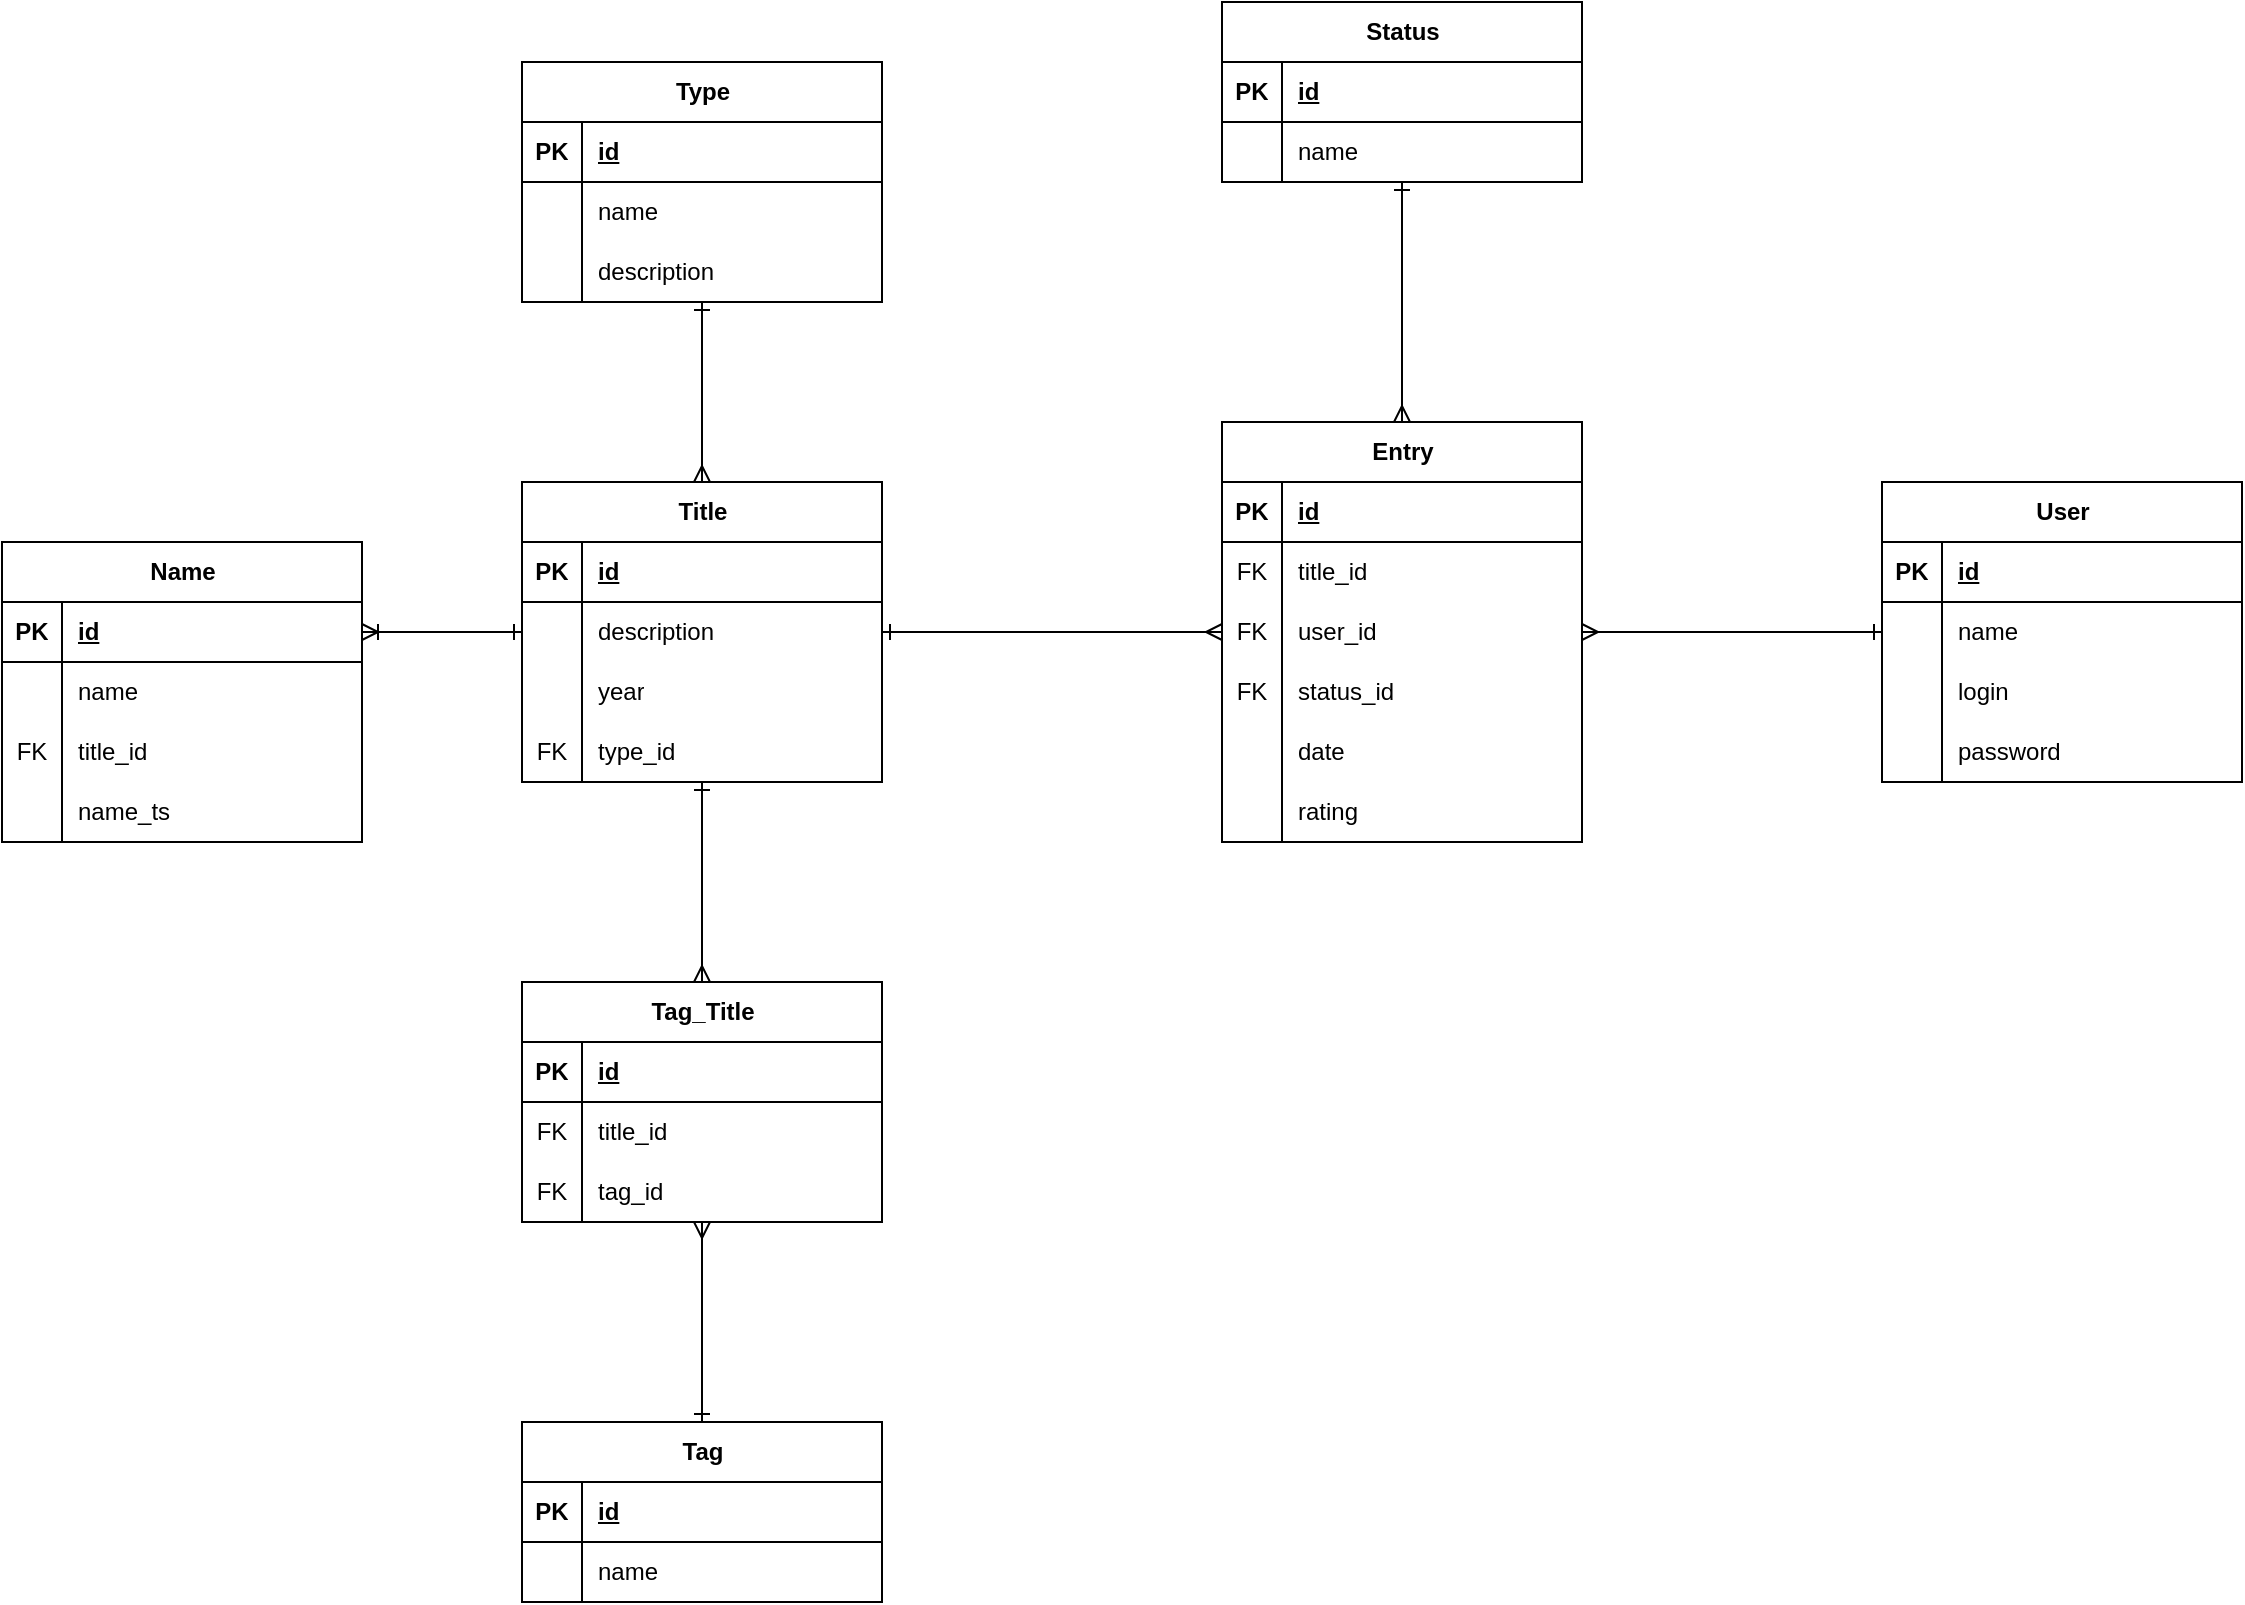
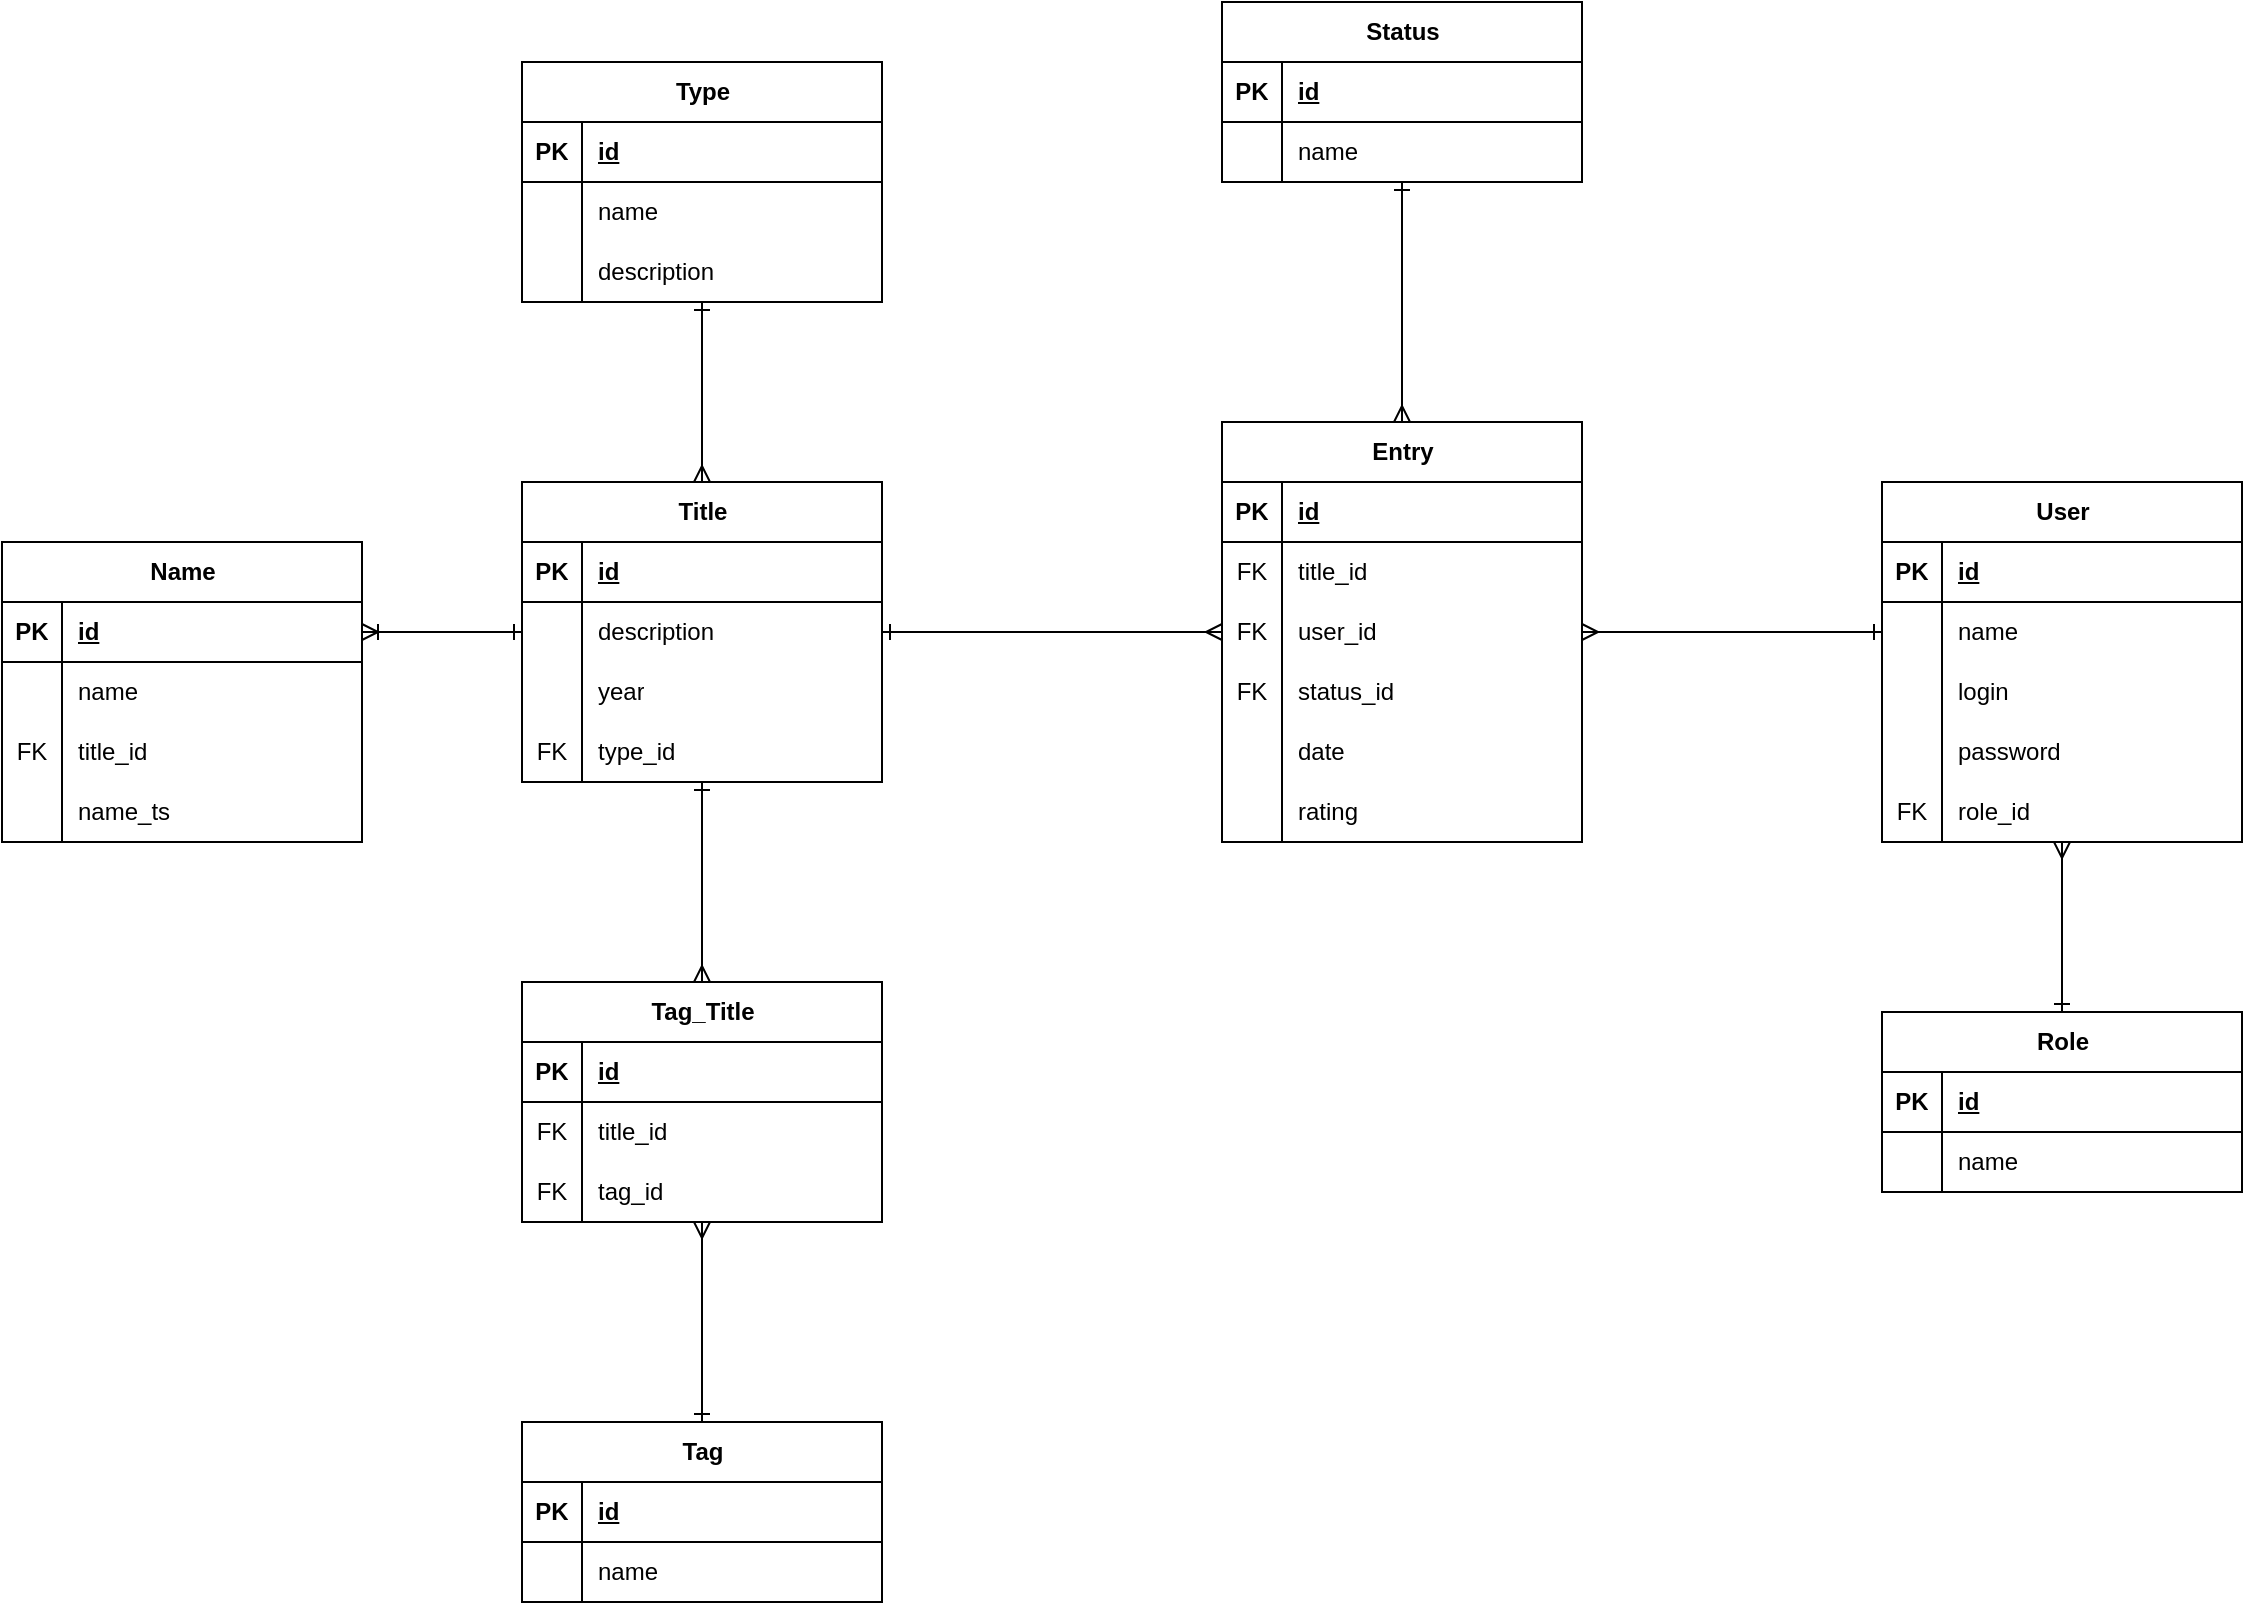
<mxfile host="Electron">
  <diagram name="Page-1" id="UIAP0Rb6fy2qAwrK1eh9">
-     <mxGraphModel dx="1664" dy="986" grid="1" gridSize="10" guides="1" tooltips="1" connect="1" arrows="1" fold="1" page="1" pageScale="1" pageWidth="1600" pageHeight="900" math="0" shadow="0">
+     <mxGraphModel dx="1414" dy="838" grid="1" gridSize="10" guides="1" tooltips="1" connect="1" arrows="1" fold="1" page="1" pageScale="1" pageWidth="1600" pageHeight="900" math="0" shadow="0">
      <root>
        <mxCell id="0" />
        <mxCell id="1" parent="0" />
        <mxCell id="jYiKfdRUw1l_-2MJucJx-72" edge="1" parent="1" source="jYiKfdRUw1l_-2MJucJx-5" style="edgeStyle=orthogonalEdgeStyle;rounded=0;orthogonalLoop=1;jettySize=auto;html=1;entryX=0;entryY=0.5;entryDx=0;entryDy=0;endArrow=ERmany;endFill=0;startArrow=ERone;startFill=0;" target="jYiKfdRUw1l_-2MJucJx-63">
          <mxGeometry relative="1" as="geometry" />
        </mxCell>
        <mxCell id="jYiKfdRUw1l_-2MJucJx-118" edge="1" parent="1" source="jYiKfdRUw1l_-2MJucJx-5" style="edgeStyle=orthogonalEdgeStyle;rounded=0;orthogonalLoop=1;jettySize=auto;html=1;entryX=0.5;entryY=0;entryDx=0;entryDy=0;startArrow=ERone;startFill=0;endArrow=ERmany;endFill=0;" target="jYiKfdRUw1l_-2MJucJx-107">
          <mxGeometry relative="1" as="geometry" />
        </mxCell>
        <mxCell id="jYiKfdRUw1l_-2MJucJx-5" parent="1" style="shape=table;startSize=30;container=1;collapsible=1;childLayout=tableLayout;fixedRows=1;rowLines=0;fontStyle=1;align=center;resizeLast=1;html=1;" value="Title" vertex="1">
          <mxGeometry height="150" width="180" x="310" y="270" as="geometry" />
        </mxCell>
        <mxCell id="jYiKfdRUw1l_-2MJucJx-6" parent="jYiKfdRUw1l_-2MJucJx-5" style="shape=tableRow;horizontal=0;startSize=0;swimlaneHead=0;swimlaneBody=0;fillColor=none;collapsible=0;dropTarget=0;points=[[0,0.5],[1,0.5]];portConstraint=eastwest;top=0;left=0;right=0;bottom=1;" value="" vertex="1">
          <mxGeometry height="30" width="180" y="30" as="geometry" />
        </mxCell>
        <mxCell id="jYiKfdRUw1l_-2MJucJx-7" parent="jYiKfdRUw1l_-2MJucJx-6" style="shape=partialRectangle;connectable=0;fillColor=none;top=0;left=0;bottom=0;right=0;fontStyle=1;overflow=hidden;whiteSpace=wrap;html=1;" value="PK" vertex="1">
          <mxGeometry height="30" width="30" as="geometry">
            <mxRectangle height="30" width="30" as="alternateBounds" />
          </mxGeometry>
        </mxCell>
        <mxCell id="jYiKfdRUw1l_-2MJucJx-8" parent="jYiKfdRUw1l_-2MJucJx-6" style="shape=partialRectangle;connectable=0;fillColor=none;top=0;left=0;bottom=0;right=0;align=left;spacingLeft=6;fontStyle=5;overflow=hidden;whiteSpace=wrap;html=1;" value="id" vertex="1">
          <mxGeometry height="30" width="150" x="30" as="geometry">
            <mxRectangle height="30" width="150" as="alternateBounds" />
          </mxGeometry>
        </mxCell>
        <mxCell id="jYiKfdRUw1l_-2MJucJx-12" parent="jYiKfdRUw1l_-2MJucJx-5" style="shape=tableRow;horizontal=0;startSize=0;swimlaneHead=0;swimlaneBody=0;fillColor=none;collapsible=0;dropTarget=0;points=[[0,0.5],[1,0.5]];portConstraint=eastwest;top=0;left=0;right=0;bottom=0;" value="" vertex="1">
          <mxGeometry height="30" width="180" y="60" as="geometry" />
        </mxCell>
        <mxCell id="jYiKfdRUw1l_-2MJucJx-13" parent="jYiKfdRUw1l_-2MJucJx-12" style="shape=partialRectangle;connectable=0;fillColor=none;top=0;left=0;bottom=0;right=0;editable=1;overflow=hidden;whiteSpace=wrap;html=1;" value="" vertex="1">
          <mxGeometry height="30" width="30" as="geometry">
            <mxRectangle height="30" width="30" as="alternateBounds" />
          </mxGeometry>
        </mxCell>
        <mxCell id="jYiKfdRUw1l_-2MJucJx-14" parent="jYiKfdRUw1l_-2MJucJx-12" style="shape=partialRectangle;connectable=0;fillColor=none;top=0;left=0;bottom=0;right=0;align=left;spacingLeft=6;overflow=hidden;whiteSpace=wrap;html=1;" value="description" vertex="1">
          <mxGeometry height="30" width="150" x="30" as="geometry">
            <mxRectangle height="30" width="150" as="alternateBounds" />
          </mxGeometry>
        </mxCell>
        <mxCell id="jYiKfdRUw1l_-2MJucJx-15" parent="jYiKfdRUw1l_-2MJucJx-5" style="shape=tableRow;horizontal=0;startSize=0;swimlaneHead=0;swimlaneBody=0;fillColor=none;collapsible=0;dropTarget=0;points=[[0,0.5],[1,0.5]];portConstraint=eastwest;top=0;left=0;right=0;bottom=0;" value="" vertex="1">
          <mxGeometry height="30" width="180" y="90" as="geometry" />
        </mxCell>
        <mxCell id="jYiKfdRUw1l_-2MJucJx-16" parent="jYiKfdRUw1l_-2MJucJx-15" style="shape=partialRectangle;connectable=0;fillColor=none;top=0;left=0;bottom=0;right=0;editable=1;overflow=hidden;whiteSpace=wrap;html=1;" value="" vertex="1">
          <mxGeometry height="30" width="30" as="geometry">
            <mxRectangle height="30" width="30" as="alternateBounds" />
          </mxGeometry>
        </mxCell>
        <mxCell id="jYiKfdRUw1l_-2MJucJx-17" parent="jYiKfdRUw1l_-2MJucJx-15" style="shape=partialRectangle;connectable=0;fillColor=none;top=0;left=0;bottom=0;right=0;align=left;spacingLeft=6;overflow=hidden;whiteSpace=wrap;html=1;" value="year" vertex="1">
          <mxGeometry height="30" width="150" x="30" as="geometry">
            <mxRectangle height="30" width="150" as="alternateBounds" />
          </mxGeometry>
        </mxCell>
        <mxCell id="jYiKfdRUw1l_-2MJucJx-37" parent="jYiKfdRUw1l_-2MJucJx-5" style="shape=tableRow;horizontal=0;startSize=0;swimlaneHead=0;swimlaneBody=0;fillColor=none;collapsible=0;dropTarget=0;points=[[0,0.5],[1,0.5]];portConstraint=eastwest;top=0;left=0;right=0;bottom=0;" vertex="1">
          <mxGeometry height="30" width="180" y="120" as="geometry" />
        </mxCell>
        <mxCell id="jYiKfdRUw1l_-2MJucJx-38" parent="jYiKfdRUw1l_-2MJucJx-37" style="shape=partialRectangle;connectable=0;fillColor=none;top=0;left=0;bottom=0;right=0;editable=1;overflow=hidden;whiteSpace=wrap;html=1;" value="FK" vertex="1">
          <mxGeometry height="30" width="30" as="geometry">
            <mxRectangle height="30" width="30" as="alternateBounds" />
          </mxGeometry>
        </mxCell>
        <mxCell id="jYiKfdRUw1l_-2MJucJx-39" parent="jYiKfdRUw1l_-2MJucJx-37" style="shape=partialRectangle;connectable=0;fillColor=none;top=0;left=0;bottom=0;right=0;align=left;spacingLeft=6;overflow=hidden;whiteSpace=wrap;html=1;" value="type_id" vertex="1">
          <mxGeometry height="30" width="150" x="30" as="geometry">
            <mxRectangle height="30" width="150" as="alternateBounds" />
          </mxGeometry>
        </mxCell>
        <mxCell id="jYiKfdRUw1l_-2MJucJx-33" edge="1" parent="1" source="jYiKfdRUw1l_-2MJucJx-18" style="edgeStyle=orthogonalEdgeStyle;rounded=0;orthogonalLoop=1;jettySize=auto;html=1;entryX=0.5;entryY=0;entryDx=0;entryDy=0;endArrow=ERmany;endFill=0;startArrow=ERone;startFill=0;" target="jYiKfdRUw1l_-2MJucJx-5">
          <mxGeometry relative="1" as="geometry" />
        </mxCell>
        <mxCell id="jYiKfdRUw1l_-2MJucJx-18" parent="1" style="shape=table;startSize=30;container=1;collapsible=1;childLayout=tableLayout;fixedRows=1;rowLines=0;fontStyle=1;align=center;resizeLast=1;html=1;" value="Type" vertex="1">
          <mxGeometry height="120" width="180" x="310" y="60" as="geometry" />
        </mxCell>
        <mxCell id="jYiKfdRUw1l_-2MJucJx-19" parent="jYiKfdRUw1l_-2MJucJx-18" style="shape=tableRow;horizontal=0;startSize=0;swimlaneHead=0;swimlaneBody=0;fillColor=none;collapsible=0;dropTarget=0;points=[[0,0.5],[1,0.5]];portConstraint=eastwest;top=0;left=0;right=0;bottom=1;" value="" vertex="1">
          <mxGeometry height="30" width="180" y="30" as="geometry" />
        </mxCell>
        <mxCell id="jYiKfdRUw1l_-2MJucJx-20" parent="jYiKfdRUw1l_-2MJucJx-19" style="shape=partialRectangle;connectable=0;fillColor=none;top=0;left=0;bottom=0;right=0;fontStyle=1;overflow=hidden;whiteSpace=wrap;html=1;" value="PK" vertex="1">
          <mxGeometry height="30" width="30" as="geometry">
            <mxRectangle height="30" width="30" as="alternateBounds" />
          </mxGeometry>
        </mxCell>
        <mxCell id="jYiKfdRUw1l_-2MJucJx-21" parent="jYiKfdRUw1l_-2MJucJx-19" style="shape=partialRectangle;connectable=0;fillColor=none;top=0;left=0;bottom=0;right=0;align=left;spacingLeft=6;fontStyle=5;overflow=hidden;whiteSpace=wrap;html=1;" value="id" vertex="1">
          <mxGeometry height="30" width="150" x="30" as="geometry">
            <mxRectangle height="30" width="150" as="alternateBounds" />
          </mxGeometry>
        </mxCell>
        <mxCell id="jYiKfdRUw1l_-2MJucJx-22" parent="jYiKfdRUw1l_-2MJucJx-18" style="shape=tableRow;horizontal=0;startSize=0;swimlaneHead=0;swimlaneBody=0;fillColor=none;collapsible=0;dropTarget=0;points=[[0,0.5],[1,0.5]];portConstraint=eastwest;top=0;left=0;right=0;bottom=0;" value="" vertex="1">
          <mxGeometry height="30" width="180" y="60" as="geometry" />
        </mxCell>
        <mxCell id="jYiKfdRUw1l_-2MJucJx-23" parent="jYiKfdRUw1l_-2MJucJx-22" style="shape=partialRectangle;connectable=0;fillColor=none;top=0;left=0;bottom=0;right=0;editable=1;overflow=hidden;whiteSpace=wrap;html=1;" value="" vertex="1">
          <mxGeometry height="30" width="30" as="geometry">
            <mxRectangle height="30" width="30" as="alternateBounds" />
          </mxGeometry>
        </mxCell>
        <mxCell id="jYiKfdRUw1l_-2MJucJx-24" parent="jYiKfdRUw1l_-2MJucJx-22" style="shape=partialRectangle;connectable=0;fillColor=none;top=0;left=0;bottom=0;right=0;align=left;spacingLeft=6;overflow=hidden;whiteSpace=wrap;html=1;" value="name" vertex="1">
          <mxGeometry height="30" width="150" x="30" as="geometry">
            <mxRectangle height="30" width="150" as="alternateBounds" />
          </mxGeometry>
        </mxCell>
        <mxCell id="jYiKfdRUw1l_-2MJucJx-25" parent="jYiKfdRUw1l_-2MJucJx-18" style="shape=tableRow;horizontal=0;startSize=0;swimlaneHead=0;swimlaneBody=0;fillColor=none;collapsible=0;dropTarget=0;points=[[0,0.5],[1,0.5]];portConstraint=eastwest;top=0;left=0;right=0;bottom=0;" value="" vertex="1">
          <mxGeometry height="30" width="180" y="90" as="geometry" />
        </mxCell>
        <mxCell id="jYiKfdRUw1l_-2MJucJx-26" parent="jYiKfdRUw1l_-2MJucJx-25" style="shape=partialRectangle;connectable=0;fillColor=none;top=0;left=0;bottom=0;right=0;editable=1;overflow=hidden;whiteSpace=wrap;html=1;" value="" vertex="1">
          <mxGeometry height="30" width="30" as="geometry">
            <mxRectangle height="30" width="30" as="alternateBounds" />
          </mxGeometry>
        </mxCell>
        <mxCell id="jYiKfdRUw1l_-2MJucJx-27" parent="jYiKfdRUw1l_-2MJucJx-25" style="shape=partialRectangle;connectable=0;fillColor=none;top=0;left=0;bottom=0;right=0;align=left;spacingLeft=6;overflow=hidden;whiteSpace=wrap;html=1;" value="description" vertex="1">
          <mxGeometry height="30" width="150" x="30" as="geometry">
            <mxRectangle height="30" width="150" as="alternateBounds" />
          </mxGeometry>
        </mxCell>
+         <mxCell id="pxImVDXbmFYDptOXFXZM-14" edge="1" parent="1" source="jYiKfdRUw1l_-2MJucJx-40" style="edgeStyle=orthogonalEdgeStyle;rounded=0;orthogonalLoop=1;jettySize=auto;html=1;entryX=0.5;entryY=0;entryDx=0;entryDy=0;endArrow=ERone;endFill=0;startArrow=ERmany;startFill=0;" target="pxImVDXbmFYDptOXFXZM-1">
+           <mxGeometry relative="1" as="geometry" />
+         </mxCell>
        <mxCell id="jYiKfdRUw1l_-2MJucJx-40" parent="1" style="shape=table;startSize=30;container=1;collapsible=1;childLayout=tableLayout;fixedRows=1;rowLines=0;fontStyle=1;align=center;resizeLast=1;html=1;" value="User" vertex="1">
-           <mxGeometry height="150" width="180" x="990" y="270" as="geometry" />
+           <mxGeometry height="180" width="180" x="990" y="270" as="geometry" />
        </mxCell>
        <mxCell id="jYiKfdRUw1l_-2MJucJx-41" parent="jYiKfdRUw1l_-2MJucJx-40" style="shape=tableRow;horizontal=0;startSize=0;swimlaneHead=0;swimlaneBody=0;fillColor=none;collapsible=0;dropTarget=0;points=[[0,0.5],[1,0.5]];portConstraint=eastwest;top=0;left=0;right=0;bottom=1;" value="" vertex="1">
          <mxGeometry height="30" width="180" y="30" as="geometry" />
        </mxCell>
        <mxCell id="jYiKfdRUw1l_-2MJucJx-42" parent="jYiKfdRUw1l_-2MJucJx-41" style="shape=partialRectangle;connectable=0;fillColor=none;top=0;left=0;bottom=0;right=0;fontStyle=1;overflow=hidden;whiteSpace=wrap;html=1;" value="PK" vertex="1">
          <mxGeometry height="30" width="30" as="geometry">
            <mxRectangle height="30" width="30" as="alternateBounds" />
          </mxGeometry>
        </mxCell>
        <mxCell id="jYiKfdRUw1l_-2MJucJx-43" parent="jYiKfdRUw1l_-2MJucJx-41" style="shape=partialRectangle;connectable=0;fillColor=none;top=0;left=0;bottom=0;right=0;align=left;spacingLeft=6;fontStyle=5;overflow=hidden;whiteSpace=wrap;html=1;" value="id" vertex="1">
          <mxGeometry height="30" width="150" x="30" as="geometry">
            <mxRectangle height="30" width="150" as="alternateBounds" />
          </mxGeometry>
        </mxCell>
        <mxCell id="jYiKfdRUw1l_-2MJucJx-44" parent="jYiKfdRUw1l_-2MJucJx-40" style="shape=tableRow;horizontal=0;startSize=0;swimlaneHead=0;swimlaneBody=0;fillColor=none;collapsible=0;dropTarget=0;points=[[0,0.5],[1,0.5]];portConstraint=eastwest;top=0;left=0;right=0;bottom=0;" value="" vertex="1">
          <mxGeometry height="30" width="180" y="60" as="geometry" />
        </mxCell>
        <mxCell id="jYiKfdRUw1l_-2MJucJx-45" parent="jYiKfdRUw1l_-2MJucJx-44" style="shape=partialRectangle;connectable=0;fillColor=none;top=0;left=0;bottom=0;right=0;editable=1;overflow=hidden;whiteSpace=wrap;html=1;" value="" vertex="1">
          <mxGeometry height="30" width="30" as="geometry">
            <mxRectangle height="30" width="30" as="alternateBounds" />
          </mxGeometry>
        </mxCell>
        <mxCell id="jYiKfdRUw1l_-2MJucJx-46" parent="jYiKfdRUw1l_-2MJucJx-44" style="shape=partialRectangle;connectable=0;fillColor=none;top=0;left=0;bottom=0;right=0;align=left;spacingLeft=6;overflow=hidden;whiteSpace=wrap;html=1;" value="name" vertex="1">
          <mxGeometry height="30" width="150" x="30" as="geometry">
            <mxRectangle height="30" width="150" as="alternateBounds" />
          </mxGeometry>
        </mxCell>
        <mxCell id="jYiKfdRUw1l_-2MJucJx-90" parent="jYiKfdRUw1l_-2MJucJx-40" style="shape=tableRow;horizontal=0;startSize=0;swimlaneHead=0;swimlaneBody=0;fillColor=none;collapsible=0;dropTarget=0;points=[[0,0.5],[1,0.5]];portConstraint=eastwest;top=0;left=0;right=0;bottom=0;" vertex="1">
          <mxGeometry height="30" width="180" y="90" as="geometry" />
        </mxCell>
        <mxCell id="jYiKfdRUw1l_-2MJucJx-91" parent="jYiKfdRUw1l_-2MJucJx-90" style="shape=partialRectangle;connectable=0;fillColor=none;top=0;left=0;bottom=0;right=0;editable=1;overflow=hidden;whiteSpace=wrap;html=1;" vertex="1">
          <mxGeometry height="30" width="30" as="geometry">
            <mxRectangle height="30" width="30" as="alternateBounds" />
          </mxGeometry>
        </mxCell>
        <mxCell id="jYiKfdRUw1l_-2MJucJx-92" parent="jYiKfdRUw1l_-2MJucJx-90" style="shape=partialRectangle;connectable=0;fillColor=none;top=0;left=0;bottom=0;right=0;align=left;spacingLeft=6;overflow=hidden;whiteSpace=wrap;html=1;" value="login" vertex="1">
          <mxGeometry height="30" width="150" x="30" as="geometry">
            <mxRectangle height="30" width="150" as="alternateBounds" />
          </mxGeometry>
        </mxCell>
        <mxCell id="jYiKfdRUw1l_-2MJucJx-47" parent="jYiKfdRUw1l_-2MJucJx-40" style="shape=tableRow;horizontal=0;startSize=0;swimlaneHead=0;swimlaneBody=0;fillColor=none;collapsible=0;dropTarget=0;points=[[0,0.5],[1,0.5]];portConstraint=eastwest;top=0;left=0;right=0;bottom=0;" value="" vertex="1">
          <mxGeometry height="30" width="180" y="120" as="geometry" />
        </mxCell>
        <mxCell id="jYiKfdRUw1l_-2MJucJx-48" parent="jYiKfdRUw1l_-2MJucJx-47" style="shape=partialRectangle;connectable=0;fillColor=none;top=0;left=0;bottom=0;right=0;editable=1;overflow=hidden;whiteSpace=wrap;html=1;" value="" vertex="1">
          <mxGeometry height="30" width="30" as="geometry">
            <mxRectangle height="30" width="30" as="alternateBounds" />
          </mxGeometry>
        </mxCell>
        <mxCell id="jYiKfdRUw1l_-2MJucJx-49" parent="jYiKfdRUw1l_-2MJucJx-47" style="shape=partialRectangle;connectable=0;fillColor=none;top=0;left=0;bottom=0;right=0;align=left;spacingLeft=6;overflow=hidden;whiteSpace=wrap;html=1;" value="password" vertex="1">
+           <mxGeometry height="30" width="150" x="30" as="geometry">
+             <mxRectangle height="30" width="150" as="alternateBounds" />
+           </mxGeometry>
+         </mxCell>
+         <mxCell id="pxImVDXbmFYDptOXFXZM-15" parent="jYiKfdRUw1l_-2MJucJx-40" style="shape=tableRow;horizontal=0;startSize=0;swimlaneHead=0;swimlaneBody=0;fillColor=none;collapsible=0;dropTarget=0;points=[[0,0.5],[1,0.5]];portConstraint=eastwest;top=0;left=0;right=0;bottom=0;" vertex="1">
+           <mxGeometry height="30" width="180" y="150" as="geometry" />
+         </mxCell>
+         <mxCell id="pxImVDXbmFYDptOXFXZM-16" parent="pxImVDXbmFYDptOXFXZM-15" style="shape=partialRectangle;connectable=0;fillColor=none;top=0;left=0;bottom=0;right=0;editable=1;overflow=hidden;whiteSpace=wrap;html=1;" value="FK" vertex="1">
+           <mxGeometry height="30" width="30" as="geometry">
+             <mxRectangle height="30" width="30" as="alternateBounds" />
+           </mxGeometry>
+         </mxCell>
+         <mxCell id="pxImVDXbmFYDptOXFXZM-17" parent="pxImVDXbmFYDptOXFXZM-15" style="shape=partialRectangle;connectable=0;fillColor=none;top=0;left=0;bottom=0;right=0;align=left;spacingLeft=6;overflow=hidden;whiteSpace=wrap;html=1;" value="role_id" vertex="1">
          <mxGeometry height="30" width="150" x="30" as="geometry">
            <mxRectangle height="30" width="150" as="alternateBounds" />
          </mxGeometry>
        </mxCell>
        <mxCell id="jYiKfdRUw1l_-2MJucJx-56" parent="1" style="shape=table;startSize=30;container=1;collapsible=1;childLayout=tableLayout;fixedRows=1;rowLines=0;fontStyle=1;align=center;resizeLast=1;html=1;" value="Entry" vertex="1">
          <mxGeometry height="210" width="180" x="660" y="240" as="geometry" />
        </mxCell>
        <mxCell id="jYiKfdRUw1l_-2MJucJx-57" parent="jYiKfdRUw1l_-2MJucJx-56" style="shape=tableRow;horizontal=0;startSize=0;swimlaneHead=0;swimlaneBody=0;fillColor=none;collapsible=0;dropTarget=0;points=[[0,0.5],[1,0.5]];portConstraint=eastwest;top=0;left=0;right=0;bottom=1;" value="" vertex="1">
          <mxGeometry height="30" width="180" y="30" as="geometry" />
        </mxCell>
        <mxCell id="jYiKfdRUw1l_-2MJucJx-58" parent="jYiKfdRUw1l_-2MJucJx-57" style="shape=partialRectangle;connectable=0;fillColor=none;top=0;left=0;bottom=0;right=0;fontStyle=1;overflow=hidden;whiteSpace=wrap;html=1;" value="PK" vertex="1">
          <mxGeometry height="30" width="30" as="geometry">
            <mxRectangle height="30" width="30" as="alternateBounds" />
          </mxGeometry>
        </mxCell>
        <mxCell id="jYiKfdRUw1l_-2MJucJx-59" parent="jYiKfdRUw1l_-2MJucJx-57" style="shape=partialRectangle;connectable=0;fillColor=none;top=0;left=0;bottom=0;right=0;align=left;spacingLeft=6;fontStyle=5;overflow=hidden;whiteSpace=wrap;html=1;" value="id" vertex="1">
          <mxGeometry height="30" width="150" x="30" as="geometry">
            <mxRectangle height="30" width="150" as="alternateBounds" />
          </mxGeometry>
        </mxCell>
        <mxCell id="jYiKfdRUw1l_-2MJucJx-60" parent="jYiKfdRUw1l_-2MJucJx-56" style="shape=tableRow;horizontal=0;startSize=0;swimlaneHead=0;swimlaneBody=0;fillColor=none;collapsible=0;dropTarget=0;points=[[0,0.5],[1,0.5]];portConstraint=eastwest;top=0;left=0;right=0;bottom=0;" value="" vertex="1">
          <mxGeometry height="30" width="180" y="60" as="geometry" />
        </mxCell>
        <mxCell id="jYiKfdRUw1l_-2MJucJx-61" parent="jYiKfdRUw1l_-2MJucJx-60" style="shape=partialRectangle;connectable=0;fillColor=none;top=0;left=0;bottom=0;right=0;editable=1;overflow=hidden;whiteSpace=wrap;html=1;" value="FK" vertex="1">
          <mxGeometry height="30" width="30" as="geometry">
            <mxRectangle height="30" width="30" as="alternateBounds" />
          </mxGeometry>
        </mxCell>
        <mxCell id="jYiKfdRUw1l_-2MJucJx-62" parent="jYiKfdRUw1l_-2MJucJx-60" style="shape=partialRectangle;connectable=0;fillColor=none;top=0;left=0;bottom=0;right=0;align=left;spacingLeft=6;overflow=hidden;whiteSpace=wrap;html=1;" value="title_i&lt;span style=&quot;background-color: transparent; color: light-dark(rgb(0, 0, 0), rgb(255, 255, 255));&quot;&gt;d&lt;/span&gt;" vertex="1">
          <mxGeometry height="30" width="150" x="30" as="geometry">
            <mxRectangle height="30" width="150" as="alternateBounds" />
          </mxGeometry>
        </mxCell>
        <mxCell id="jYiKfdRUw1l_-2MJucJx-63" parent="jYiKfdRUw1l_-2MJucJx-56" style="shape=tableRow;horizontal=0;startSize=0;swimlaneHead=0;swimlaneBody=0;fillColor=none;collapsible=0;dropTarget=0;points=[[0,0.5],[1,0.5]];portConstraint=eastwest;top=0;left=0;right=0;bottom=0;" value="" vertex="1">
          <mxGeometry height="30" width="180" y="90" as="geometry" />
        </mxCell>
        <mxCell id="jYiKfdRUw1l_-2MJucJx-64" parent="jYiKfdRUw1l_-2MJucJx-63" style="shape=partialRectangle;connectable=0;fillColor=none;top=0;left=0;bottom=0;right=0;editable=1;overflow=hidden;whiteSpace=wrap;html=1;" value="FK" vertex="1">
          <mxGeometry height="30" width="30" as="geometry">
            <mxRectangle height="30" width="30" as="alternateBounds" />
          </mxGeometry>
        </mxCell>
        <mxCell id="jYiKfdRUw1l_-2MJucJx-65" parent="jYiKfdRUw1l_-2MJucJx-63" style="shape=partialRectangle;connectable=0;fillColor=none;top=0;left=0;bottom=0;right=0;align=left;spacingLeft=6;overflow=hidden;whiteSpace=wrap;html=1;" value="user_id" vertex="1">
          <mxGeometry height="30" width="150" x="30" as="geometry">
            <mxRectangle height="30" width="150" as="alternateBounds" />
          </mxGeometry>
        </mxCell>
        <mxCell id="jYiKfdRUw1l_-2MJucJx-66" parent="jYiKfdRUw1l_-2MJucJx-56" style="shape=tableRow;horizontal=0;startSize=0;swimlaneHead=0;swimlaneBody=0;fillColor=none;collapsible=0;dropTarget=0;points=[[0,0.5],[1,0.5]];portConstraint=eastwest;top=0;left=0;right=0;bottom=0;" value="" vertex="1">
          <mxGeometry height="30" width="180" y="120" as="geometry" />
        </mxCell>
        <mxCell id="jYiKfdRUw1l_-2MJucJx-67" parent="jYiKfdRUw1l_-2MJucJx-66" style="shape=partialRectangle;connectable=0;fillColor=none;top=0;left=0;bottom=0;right=0;editable=1;overflow=hidden;whiteSpace=wrap;html=1;" value="FK" vertex="1">
          <mxGeometry height="30" width="30" as="geometry">
            <mxRectangle height="30" width="30" as="alternateBounds" />
          </mxGeometry>
        </mxCell>
        <mxCell id="jYiKfdRUw1l_-2MJucJx-68" parent="jYiKfdRUw1l_-2MJucJx-66" style="shape=partialRectangle;connectable=0;fillColor=none;top=0;left=0;bottom=0;right=0;align=left;spacingLeft=6;overflow=hidden;whiteSpace=wrap;html=1;" value="status_id" vertex="1">
          <mxGeometry height="30" width="150" x="30" as="geometry">
            <mxRectangle height="30" width="150" as="alternateBounds" />
          </mxGeometry>
        </mxCell>
        <mxCell id="jYiKfdRUw1l_-2MJucJx-69" parent="jYiKfdRUw1l_-2MJucJx-56" style="shape=tableRow;horizontal=0;startSize=0;swimlaneHead=0;swimlaneBody=0;fillColor=none;collapsible=0;dropTarget=0;points=[[0,0.5],[1,0.5]];portConstraint=eastwest;top=0;left=0;right=0;bottom=0;" vertex="1">
          <mxGeometry height="30" width="180" y="150" as="geometry" />
        </mxCell>
        <mxCell id="jYiKfdRUw1l_-2MJucJx-70" parent="jYiKfdRUw1l_-2MJucJx-69" style="shape=partialRectangle;connectable=0;fillColor=none;top=0;left=0;bottom=0;right=0;editable=1;overflow=hidden;whiteSpace=wrap;html=1;" value="" vertex="1">
          <mxGeometry height="30" width="30" as="geometry">
            <mxRectangle height="30" width="30" as="alternateBounds" />
          </mxGeometry>
        </mxCell>
        <mxCell id="jYiKfdRUw1l_-2MJucJx-71" parent="jYiKfdRUw1l_-2MJucJx-69" style="shape=partialRectangle;connectable=0;fillColor=none;top=0;left=0;bottom=0;right=0;align=left;spacingLeft=6;overflow=hidden;whiteSpace=wrap;html=1;" value="date" vertex="1">
          <mxGeometry height="30" width="150" x="30" as="geometry">
            <mxRectangle height="30" width="150" as="alternateBounds" />
          </mxGeometry>
        </mxCell>
        <mxCell id="jYiKfdRUw1l_-2MJucJx-87" parent="jYiKfdRUw1l_-2MJucJx-56" style="shape=tableRow;horizontal=0;startSize=0;swimlaneHead=0;swimlaneBody=0;fillColor=none;collapsible=0;dropTarget=0;points=[[0,0.5],[1,0.5]];portConstraint=eastwest;top=0;left=0;right=0;bottom=0;" vertex="1">
          <mxGeometry height="30" width="180" y="180" as="geometry" />
        </mxCell>
        <mxCell id="jYiKfdRUw1l_-2MJucJx-88" parent="jYiKfdRUw1l_-2MJucJx-87" style="shape=partialRectangle;connectable=0;fillColor=none;top=0;left=0;bottom=0;right=0;editable=1;overflow=hidden;whiteSpace=wrap;html=1;" vertex="1">
          <mxGeometry height="30" width="30" as="geometry">
            <mxRectangle height="30" width="30" as="alternateBounds" />
          </mxGeometry>
        </mxCell>
        <mxCell id="jYiKfdRUw1l_-2MJucJx-89" parent="jYiKfdRUw1l_-2MJucJx-87" style="shape=partialRectangle;connectable=0;fillColor=none;top=0;left=0;bottom=0;right=0;align=left;spacingLeft=6;overflow=hidden;whiteSpace=wrap;html=1;" value="rating" vertex="1">
          <mxGeometry height="30" width="150" x="30" as="geometry">
            <mxRectangle height="30" width="150" as="alternateBounds" />
          </mxGeometry>
        </mxCell>
        <mxCell id="jYiKfdRUw1l_-2MJucJx-73" edge="1" parent="1" source="jYiKfdRUw1l_-2MJucJx-44" style="edgeStyle=orthogonalEdgeStyle;rounded=0;orthogonalLoop=1;jettySize=auto;html=1;entryX=1;entryY=0.5;entryDx=0;entryDy=0;endArrow=ERmany;endFill=0;startArrow=ERone;startFill=0;exitX=0;exitY=0.5;exitDx=0;exitDy=0;" target="jYiKfdRUw1l_-2MJucJx-63">
          <mxGeometry relative="1" as="geometry">
            <mxPoint x="950" y="460" as="sourcePoint" />
          </mxGeometry>
        </mxCell>
        <mxCell id="jYiKfdRUw1l_-2MJucJx-86" edge="1" parent="1" source="jYiKfdRUw1l_-2MJucJx-74" style="edgeStyle=orthogonalEdgeStyle;rounded=0;orthogonalLoop=1;jettySize=auto;html=1;entryX=0.5;entryY=0;entryDx=0;entryDy=0;startArrow=ERone;startFill=0;endArrow=ERmany;endFill=0;" target="jYiKfdRUw1l_-2MJucJx-56">
          <mxGeometry relative="1" as="geometry" />
        </mxCell>
        <mxCell id="jYiKfdRUw1l_-2MJucJx-74" parent="1" style="shape=table;startSize=30;container=1;collapsible=1;childLayout=tableLayout;fixedRows=1;rowLines=0;fontStyle=1;align=center;resizeLast=1;html=1;" value="Status" vertex="1">
          <mxGeometry height="90" width="180" x="660" y="30" as="geometry" />
        </mxCell>
        <mxCell id="jYiKfdRUw1l_-2MJucJx-75" parent="jYiKfdRUw1l_-2MJucJx-74" style="shape=tableRow;horizontal=0;startSize=0;swimlaneHead=0;swimlaneBody=0;fillColor=none;collapsible=0;dropTarget=0;points=[[0,0.5],[1,0.5]];portConstraint=eastwest;top=0;left=0;right=0;bottom=1;" value="" vertex="1">
          <mxGeometry height="30" width="180" y="30" as="geometry" />
        </mxCell>
        <mxCell id="jYiKfdRUw1l_-2MJucJx-76" parent="jYiKfdRUw1l_-2MJucJx-75" style="shape=partialRectangle;connectable=0;fillColor=none;top=0;left=0;bottom=0;right=0;fontStyle=1;overflow=hidden;whiteSpace=wrap;html=1;" value="PK" vertex="1">
          <mxGeometry height="30" width="30" as="geometry">
            <mxRectangle height="30" width="30" as="alternateBounds" />
          </mxGeometry>
        </mxCell>
        <mxCell id="jYiKfdRUw1l_-2MJucJx-77" parent="jYiKfdRUw1l_-2MJucJx-75" style="shape=partialRectangle;connectable=0;fillColor=none;top=0;left=0;bottom=0;right=0;align=left;spacingLeft=6;fontStyle=5;overflow=hidden;whiteSpace=wrap;html=1;" value="id" vertex="1">
          <mxGeometry height="30" width="150" x="30" as="geometry">
            <mxRectangle height="30" width="150" as="alternateBounds" />
          </mxGeometry>
        </mxCell>
        <mxCell id="jYiKfdRUw1l_-2MJucJx-78" parent="jYiKfdRUw1l_-2MJucJx-74" style="shape=tableRow;horizontal=0;startSize=0;swimlaneHead=0;swimlaneBody=0;fillColor=none;collapsible=0;dropTarget=0;points=[[0,0.5],[1,0.5]];portConstraint=eastwest;top=0;left=0;right=0;bottom=0;" value="" vertex="1">
          <mxGeometry height="30" width="180" y="60" as="geometry" />
        </mxCell>
        <mxCell id="jYiKfdRUw1l_-2MJucJx-79" parent="jYiKfdRUw1l_-2MJucJx-78" style="shape=partialRectangle;connectable=0;fillColor=none;top=0;left=0;bottom=0;right=0;editable=1;overflow=hidden;whiteSpace=wrap;html=1;" value="" vertex="1">
          <mxGeometry height="30" width="30" as="geometry">
            <mxRectangle height="30" width="30" as="alternateBounds" />
          </mxGeometry>
        </mxCell>
        <mxCell id="jYiKfdRUw1l_-2MJucJx-80" parent="jYiKfdRUw1l_-2MJucJx-78" style="shape=partialRectangle;connectable=0;fillColor=none;top=0;left=0;bottom=0;right=0;align=left;spacingLeft=6;overflow=hidden;whiteSpace=wrap;html=1;" value="name" vertex="1">
          <mxGeometry height="30" width="150" x="30" as="geometry">
            <mxRectangle height="30" width="150" as="alternateBounds" />
          </mxGeometry>
        </mxCell>
        <mxCell id="jYiKfdRUw1l_-2MJucJx-93" parent="1" style="shape=table;startSize=30;container=1;collapsible=1;childLayout=tableLayout;fixedRows=1;rowLines=0;fontStyle=1;align=center;resizeLast=1;html=1;" value="Tag" vertex="1">
          <mxGeometry height="90" width="180" x="310" y="740" as="geometry" />
        </mxCell>
        <mxCell id="jYiKfdRUw1l_-2MJucJx-94" parent="jYiKfdRUw1l_-2MJucJx-93" style="shape=tableRow;horizontal=0;startSize=0;swimlaneHead=0;swimlaneBody=0;fillColor=none;collapsible=0;dropTarget=0;points=[[0,0.5],[1,0.5]];portConstraint=eastwest;top=0;left=0;right=0;bottom=1;" value="" vertex="1">
          <mxGeometry height="30" width="180" y="30" as="geometry" />
        </mxCell>
        <mxCell id="jYiKfdRUw1l_-2MJucJx-95" parent="jYiKfdRUw1l_-2MJucJx-94" style="shape=partialRectangle;connectable=0;fillColor=none;top=0;left=0;bottom=0;right=0;fontStyle=1;overflow=hidden;whiteSpace=wrap;html=1;" value="PK" vertex="1">
          <mxGeometry height="30" width="30" as="geometry">
            <mxRectangle height="30" width="30" as="alternateBounds" />
          </mxGeometry>
        </mxCell>
        <mxCell id="jYiKfdRUw1l_-2MJucJx-96" parent="jYiKfdRUw1l_-2MJucJx-94" style="shape=partialRectangle;connectable=0;fillColor=none;top=0;left=0;bottom=0;right=0;align=left;spacingLeft=6;fontStyle=5;overflow=hidden;whiteSpace=wrap;html=1;" value="id" vertex="1">
          <mxGeometry height="30" width="150" x="30" as="geometry">
            <mxRectangle height="30" width="150" as="alternateBounds" />
          </mxGeometry>
        </mxCell>
        <mxCell id="jYiKfdRUw1l_-2MJucJx-97" parent="jYiKfdRUw1l_-2MJucJx-93" style="shape=tableRow;horizontal=0;startSize=0;swimlaneHead=0;swimlaneBody=0;fillColor=none;collapsible=0;dropTarget=0;points=[[0,0.5],[1,0.5]];portConstraint=eastwest;top=0;left=0;right=0;bottom=0;" value="" vertex="1">
          <mxGeometry height="30" width="180" y="60" as="geometry" />
        </mxCell>
        <mxCell id="jYiKfdRUw1l_-2MJucJx-98" parent="jYiKfdRUw1l_-2MJucJx-97" style="shape=partialRectangle;connectable=0;fillColor=none;top=0;left=0;bottom=0;right=0;editable=1;overflow=hidden;whiteSpace=wrap;html=1;" value="" vertex="1">
          <mxGeometry height="30" width="30" as="geometry">
            <mxRectangle height="30" width="30" as="alternateBounds" />
          </mxGeometry>
        </mxCell>
        <mxCell id="jYiKfdRUw1l_-2MJucJx-99" parent="jYiKfdRUw1l_-2MJucJx-97" style="shape=partialRectangle;connectable=0;fillColor=none;top=0;left=0;bottom=0;right=0;align=left;spacingLeft=6;overflow=hidden;whiteSpace=wrap;html=1;" value="name" vertex="1">
          <mxGeometry height="30" width="150" x="30" as="geometry">
            <mxRectangle height="30" width="150" as="alternateBounds" />
          </mxGeometry>
        </mxCell>
        <mxCell id="jYiKfdRUw1l_-2MJucJx-120" edge="1" parent="1" source="jYiKfdRUw1l_-2MJucJx-107" style="edgeStyle=orthogonalEdgeStyle;rounded=0;orthogonalLoop=1;jettySize=auto;html=1;entryX=0.5;entryY=0;entryDx=0;entryDy=0;endArrow=ERone;endFill=0;startArrow=ERmany;startFill=0;" target="jYiKfdRUw1l_-2MJucJx-93">
          <mxGeometry relative="1" as="geometry" />
        </mxCell>
        <mxCell id="jYiKfdRUw1l_-2MJucJx-107" parent="1" style="shape=table;startSize=30;container=1;collapsible=1;childLayout=tableLayout;fixedRows=1;rowLines=0;fontStyle=1;align=center;resizeLast=1;html=1;" value="Tag_Title" vertex="1">
          <mxGeometry height="120" width="180" x="310" y="520" as="geometry" />
        </mxCell>
        <mxCell id="jYiKfdRUw1l_-2MJucJx-108" parent="jYiKfdRUw1l_-2MJucJx-107" style="shape=tableRow;horizontal=0;startSize=0;swimlaneHead=0;swimlaneBody=0;fillColor=none;collapsible=0;dropTarget=0;points=[[0,0.5],[1,0.5]];portConstraint=eastwest;top=0;left=0;right=0;bottom=1;" value="" vertex="1">
          <mxGeometry height="30" width="180" y="30" as="geometry" />
        </mxCell>
        <mxCell id="jYiKfdRUw1l_-2MJucJx-109" parent="jYiKfdRUw1l_-2MJucJx-108" style="shape=partialRectangle;connectable=0;fillColor=none;top=0;left=0;bottom=0;right=0;fontStyle=1;overflow=hidden;whiteSpace=wrap;html=1;" value="PK" vertex="1">
          <mxGeometry height="30" width="30" as="geometry">
            <mxRectangle height="30" width="30" as="alternateBounds" />
          </mxGeometry>
        </mxCell>
        <mxCell id="jYiKfdRUw1l_-2MJucJx-110" parent="jYiKfdRUw1l_-2MJucJx-108" style="shape=partialRectangle;connectable=0;fillColor=none;top=0;left=0;bottom=0;right=0;align=left;spacingLeft=6;fontStyle=5;overflow=hidden;whiteSpace=wrap;html=1;" value="id" vertex="1">
          <mxGeometry height="30" width="150" x="30" as="geometry">
            <mxRectangle height="30" width="150" as="alternateBounds" />
          </mxGeometry>
        </mxCell>
        <mxCell id="jYiKfdRUw1l_-2MJucJx-111" parent="jYiKfdRUw1l_-2MJucJx-107" style="shape=tableRow;horizontal=0;startSize=0;swimlaneHead=0;swimlaneBody=0;fillColor=none;collapsible=0;dropTarget=0;points=[[0,0.5],[1,0.5]];portConstraint=eastwest;top=0;left=0;right=0;bottom=0;" value="" vertex="1">
          <mxGeometry height="30" width="180" y="60" as="geometry" />
        </mxCell>
        <mxCell id="jYiKfdRUw1l_-2MJucJx-112" parent="jYiKfdRUw1l_-2MJucJx-111" style="shape=partialRectangle;connectable=0;fillColor=none;top=0;left=0;bottom=0;right=0;editable=1;overflow=hidden;whiteSpace=wrap;html=1;" value="FK" vertex="1">
          <mxGeometry height="30" width="30" as="geometry">
            <mxRectangle height="30" width="30" as="alternateBounds" />
          </mxGeometry>
        </mxCell>
        <mxCell id="jYiKfdRUw1l_-2MJucJx-113" parent="jYiKfdRUw1l_-2MJucJx-111" style="shape=partialRectangle;connectable=0;fillColor=none;top=0;left=0;bottom=0;right=0;align=left;spacingLeft=6;overflow=hidden;whiteSpace=wrap;html=1;" value="title_id" vertex="1">
          <mxGeometry height="30" width="150" x="30" as="geometry">
            <mxRectangle height="30" width="150" as="alternateBounds" />
          </mxGeometry>
        </mxCell>
        <mxCell id="jYiKfdRUw1l_-2MJucJx-114" parent="jYiKfdRUw1l_-2MJucJx-107" style="shape=tableRow;horizontal=0;startSize=0;swimlaneHead=0;swimlaneBody=0;fillColor=none;collapsible=0;dropTarget=0;points=[[0,0.5],[1,0.5]];portConstraint=eastwest;top=0;left=0;right=0;bottom=0;" value="" vertex="1">
          <mxGeometry height="30" width="180" y="90" as="geometry" />
        </mxCell>
        <mxCell id="jYiKfdRUw1l_-2MJucJx-115" parent="jYiKfdRUw1l_-2MJucJx-114" style="shape=partialRectangle;connectable=0;fillColor=none;top=0;left=0;bottom=0;right=0;editable=1;overflow=hidden;whiteSpace=wrap;html=1;" value="FK" vertex="1">
          <mxGeometry height="30" width="30" as="geometry">
            <mxRectangle height="30" width="30" as="alternateBounds" />
          </mxGeometry>
        </mxCell>
        <mxCell id="jYiKfdRUw1l_-2MJucJx-116" parent="jYiKfdRUw1l_-2MJucJx-114" style="shape=partialRectangle;connectable=0;fillColor=none;top=0;left=0;bottom=0;right=0;align=left;spacingLeft=6;overflow=hidden;whiteSpace=wrap;html=1;" value="tag_id" vertex="1">
          <mxGeometry height="30" width="150" x="30" as="geometry">
            <mxRectangle height="30" width="150" as="alternateBounds" />
          </mxGeometry>
        </mxCell>
        <mxCell id="jYiKfdRUw1l_-2MJucJx-121" parent="1" style="shape=table;startSize=30;container=1;collapsible=1;childLayout=tableLayout;fixedRows=1;rowLines=0;fontStyle=1;align=center;resizeLast=1;html=1;" value="Name" vertex="1">
          <mxGeometry height="150" width="180" x="50" y="300" as="geometry" />
        </mxCell>
        <mxCell id="jYiKfdRUw1l_-2MJucJx-122" parent="jYiKfdRUw1l_-2MJucJx-121" style="shape=tableRow;horizontal=0;startSize=0;swimlaneHead=0;swimlaneBody=0;fillColor=none;collapsible=0;dropTarget=0;points=[[0,0.5],[1,0.5]];portConstraint=eastwest;top=0;left=0;right=0;bottom=1;" value="" vertex="1">
          <mxGeometry height="30" width="180" y="30" as="geometry" />
        </mxCell>
        <mxCell id="jYiKfdRUw1l_-2MJucJx-123" parent="jYiKfdRUw1l_-2MJucJx-122" style="shape=partialRectangle;connectable=0;fillColor=none;top=0;left=0;bottom=0;right=0;fontStyle=1;overflow=hidden;whiteSpace=wrap;html=1;" value="PK" vertex="1">
          <mxGeometry height="30" width="30" as="geometry">
            <mxRectangle height="30" width="30" as="alternateBounds" />
          </mxGeometry>
        </mxCell>
        <mxCell id="jYiKfdRUw1l_-2MJucJx-124" parent="jYiKfdRUw1l_-2MJucJx-122" style="shape=partialRectangle;connectable=0;fillColor=none;top=0;left=0;bottom=0;right=0;align=left;spacingLeft=6;fontStyle=5;overflow=hidden;whiteSpace=wrap;html=1;" value="id" vertex="1">
          <mxGeometry height="30" width="150" x="30" as="geometry">
            <mxRectangle height="30" width="150" as="alternateBounds" />
          </mxGeometry>
        </mxCell>
        <mxCell id="jYiKfdRUw1l_-2MJucJx-125" parent="jYiKfdRUw1l_-2MJucJx-121" style="shape=tableRow;horizontal=0;startSize=0;swimlaneHead=0;swimlaneBody=0;fillColor=none;collapsible=0;dropTarget=0;points=[[0,0.5],[1,0.5]];portConstraint=eastwest;top=0;left=0;right=0;bottom=0;" value="" vertex="1">
          <mxGeometry height="30" width="180" y="60" as="geometry" />
        </mxCell>
        <mxCell id="jYiKfdRUw1l_-2MJucJx-126" parent="jYiKfdRUw1l_-2MJucJx-125" style="shape=partialRectangle;connectable=0;fillColor=none;top=0;left=0;bottom=0;right=0;editable=1;overflow=hidden;whiteSpace=wrap;html=1;" value="" vertex="1">
          <mxGeometry height="30" width="30" as="geometry">
            <mxRectangle height="30" width="30" as="alternateBounds" />
          </mxGeometry>
        </mxCell>
        <mxCell id="jYiKfdRUw1l_-2MJucJx-127" parent="jYiKfdRUw1l_-2MJucJx-125" style="shape=partialRectangle;connectable=0;fillColor=none;top=0;left=0;bottom=0;right=0;align=left;spacingLeft=6;overflow=hidden;whiteSpace=wrap;html=1;" value="name" vertex="1">
          <mxGeometry height="30" width="150" x="30" as="geometry">
            <mxRectangle height="30" width="150" as="alternateBounds" />
          </mxGeometry>
        </mxCell>
        <mxCell id="jYiKfdRUw1l_-2MJucJx-144" parent="jYiKfdRUw1l_-2MJucJx-121" style="shape=tableRow;horizontal=0;startSize=0;swimlaneHead=0;swimlaneBody=0;fillColor=none;collapsible=0;dropTarget=0;points=[[0,0.5],[1,0.5]];portConstraint=eastwest;top=0;left=0;right=0;bottom=0;" vertex="1">
          <mxGeometry height="30" width="180" y="90" as="geometry" />
        </mxCell>
        <mxCell id="jYiKfdRUw1l_-2MJucJx-145" parent="jYiKfdRUw1l_-2MJucJx-144" style="shape=partialRectangle;connectable=0;fillColor=none;top=0;left=0;bottom=0;right=0;editable=1;overflow=hidden;whiteSpace=wrap;html=1;" value="FK" vertex="1">
          <mxGeometry height="30" width="30" as="geometry">
            <mxRectangle height="30" width="30" as="alternateBounds" />
          </mxGeometry>
        </mxCell>
        <mxCell id="jYiKfdRUw1l_-2MJucJx-146" parent="jYiKfdRUw1l_-2MJucJx-144" style="shape=partialRectangle;connectable=0;fillColor=none;top=0;left=0;bottom=0;right=0;align=left;spacingLeft=6;overflow=hidden;whiteSpace=wrap;html=1;" value="title_id" vertex="1">
          <mxGeometry height="30" width="150" x="30" as="geometry">
            <mxRectangle height="30" width="150" as="alternateBounds" />
          </mxGeometry>
        </mxCell>
        <mxCell id="jYiKfdRUw1l_-2MJucJx-147" parent="jYiKfdRUw1l_-2MJucJx-121" style="shape=tableRow;horizontal=0;startSize=0;swimlaneHead=0;swimlaneBody=0;fillColor=none;collapsible=0;dropTarget=0;points=[[0,0.5],[1,0.5]];portConstraint=eastwest;top=0;left=0;right=0;bottom=0;" vertex="1">
          <mxGeometry height="30" width="180" y="120" as="geometry" />
        </mxCell>
        <mxCell id="jYiKfdRUw1l_-2MJucJx-148" parent="jYiKfdRUw1l_-2MJucJx-147" style="shape=partialRectangle;connectable=0;fillColor=none;top=0;left=0;bottom=0;right=0;editable=1;overflow=hidden;whiteSpace=wrap;html=1;" vertex="1">
          <mxGeometry height="30" width="30" as="geometry">
            <mxRectangle height="30" width="30" as="alternateBounds" />
          </mxGeometry>
        </mxCell>
        <mxCell id="jYiKfdRUw1l_-2MJucJx-149" parent="jYiKfdRUw1l_-2MJucJx-147" style="shape=partialRectangle;connectable=0;fillColor=none;top=0;left=0;bottom=0;right=0;align=left;spacingLeft=6;overflow=hidden;whiteSpace=wrap;html=1;" value="name_ts" vertex="1">
          <mxGeometry height="30" width="150" x="30" as="geometry">
            <mxRectangle height="30" width="150" as="alternateBounds" />
          </mxGeometry>
        </mxCell>
        <mxCell id="jYiKfdRUw1l_-2MJucJx-143" edge="1" parent="1" source="jYiKfdRUw1l_-2MJucJx-122" style="edgeStyle=orthogonalEdgeStyle;rounded=0;orthogonalLoop=1;jettySize=auto;html=1;entryX=0;entryY=0.5;entryDx=0;entryDy=0;endArrow=ERone;endFill=0;startArrow=ERoneToMany;startFill=0;" target="jYiKfdRUw1l_-2MJucJx-12">
          <mxGeometry relative="1" as="geometry" />
+         </mxCell>
+         <mxCell id="pxImVDXbmFYDptOXFXZM-1" parent="1" style="shape=table;startSize=30;container=1;collapsible=1;childLayout=tableLayout;fixedRows=1;rowLines=0;fontStyle=1;align=center;resizeLast=1;html=1;" value="Role" vertex="1">
+           <mxGeometry height="90" width="180" x="990" y="535" as="geometry" />
+         </mxCell>
+         <mxCell id="pxImVDXbmFYDptOXFXZM-2" parent="pxImVDXbmFYDptOXFXZM-1" style="shape=tableRow;horizontal=0;startSize=0;swimlaneHead=0;swimlaneBody=0;fillColor=none;collapsible=0;dropTarget=0;points=[[0,0.5],[1,0.5]];portConstraint=eastwest;top=0;left=0;right=0;bottom=1;" value="" vertex="1">
+           <mxGeometry height="30" width="180" y="30" as="geometry" />
+         </mxCell>
+         <mxCell id="pxImVDXbmFYDptOXFXZM-3" parent="pxImVDXbmFYDptOXFXZM-2" style="shape=partialRectangle;connectable=0;fillColor=none;top=0;left=0;bottom=0;right=0;fontStyle=1;overflow=hidden;whiteSpace=wrap;html=1;" value="PK" vertex="1">
+           <mxGeometry height="30" width="30" as="geometry">
+             <mxRectangle height="30" width="30" as="alternateBounds" />
+           </mxGeometry>
+         </mxCell>
+         <mxCell id="pxImVDXbmFYDptOXFXZM-4" parent="pxImVDXbmFYDptOXFXZM-2" style="shape=partialRectangle;connectable=0;fillColor=none;top=0;left=0;bottom=0;right=0;align=left;spacingLeft=6;fontStyle=5;overflow=hidden;whiteSpace=wrap;html=1;" value="id" vertex="1">
+           <mxGeometry height="30" width="150" x="30" as="geometry">
+             <mxRectangle height="30" width="150" as="alternateBounds" />
+           </mxGeometry>
+         </mxCell>
+         <mxCell id="pxImVDXbmFYDptOXFXZM-5" parent="pxImVDXbmFYDptOXFXZM-1" style="shape=tableRow;horizontal=0;startSize=0;swimlaneHead=0;swimlaneBody=0;fillColor=none;collapsible=0;dropTarget=0;points=[[0,0.5],[1,0.5]];portConstraint=eastwest;top=0;left=0;right=0;bottom=0;" value="" vertex="1">
+           <mxGeometry height="30" width="180" y="60" as="geometry" />
+         </mxCell>
+         <mxCell id="pxImVDXbmFYDptOXFXZM-6" parent="pxImVDXbmFYDptOXFXZM-5" style="shape=partialRectangle;connectable=0;fillColor=none;top=0;left=0;bottom=0;right=0;editable=1;overflow=hidden;whiteSpace=wrap;html=1;" value="" vertex="1">
+           <mxGeometry height="30" width="30" as="geometry">
+             <mxRectangle height="30" width="30" as="alternateBounds" />
+           </mxGeometry>
+         </mxCell>
+         <mxCell id="pxImVDXbmFYDptOXFXZM-7" parent="pxImVDXbmFYDptOXFXZM-5" style="shape=partialRectangle;connectable=0;fillColor=none;top=0;left=0;bottom=0;right=0;align=left;spacingLeft=6;overflow=hidden;whiteSpace=wrap;html=1;" value="name" vertex="1">
+           <mxGeometry height="30" width="150" x="30" as="geometry">
+             <mxRectangle height="30" width="150" as="alternateBounds" />
+           </mxGeometry>
        </mxCell>
      </root>
    </mxGraphModel>
  </diagram>
</mxfile>
